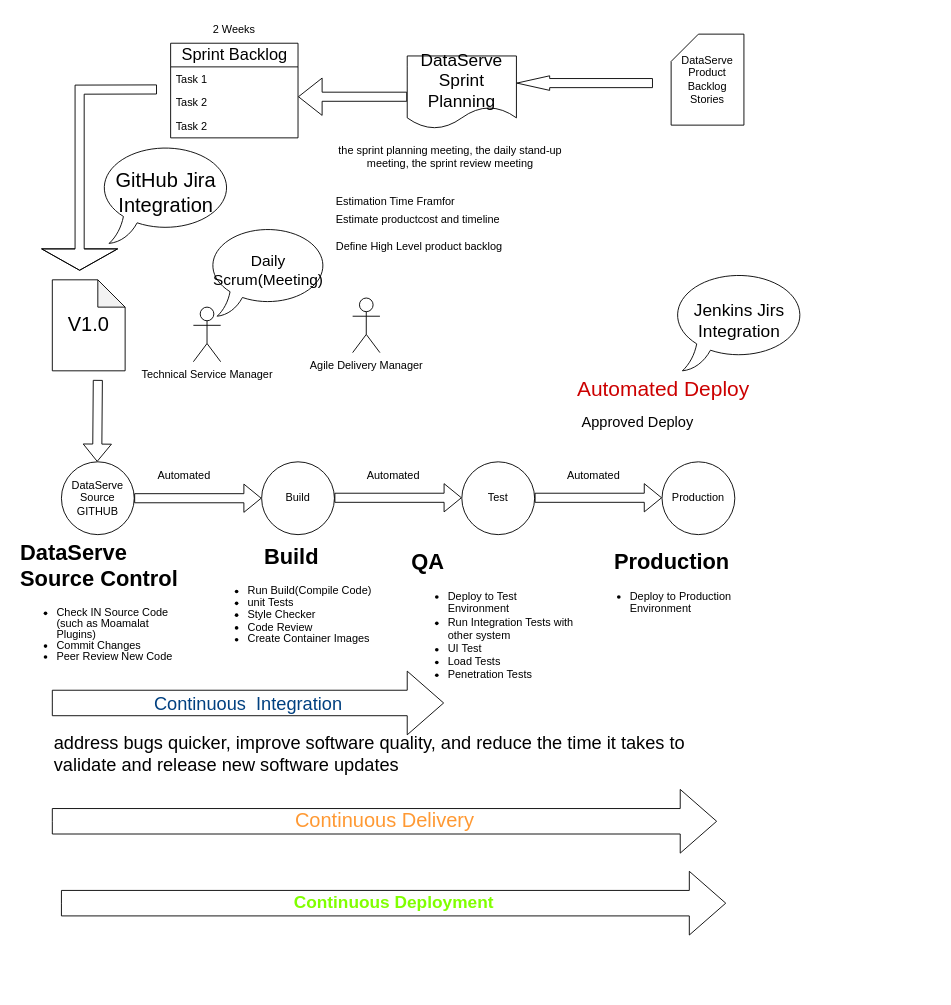
The draw.io diagram CICD.drawio in Basharabulaban/dataserve, before the edit. Source tidied: cells renumbered, new cells numbered last; positions are measured from the earlier drawing's top-left corner, leaving out a move shared by most shapes. Both pictures are drawn from the tidied source at 91%, with x=0, y=0 at pixel (15, 15).
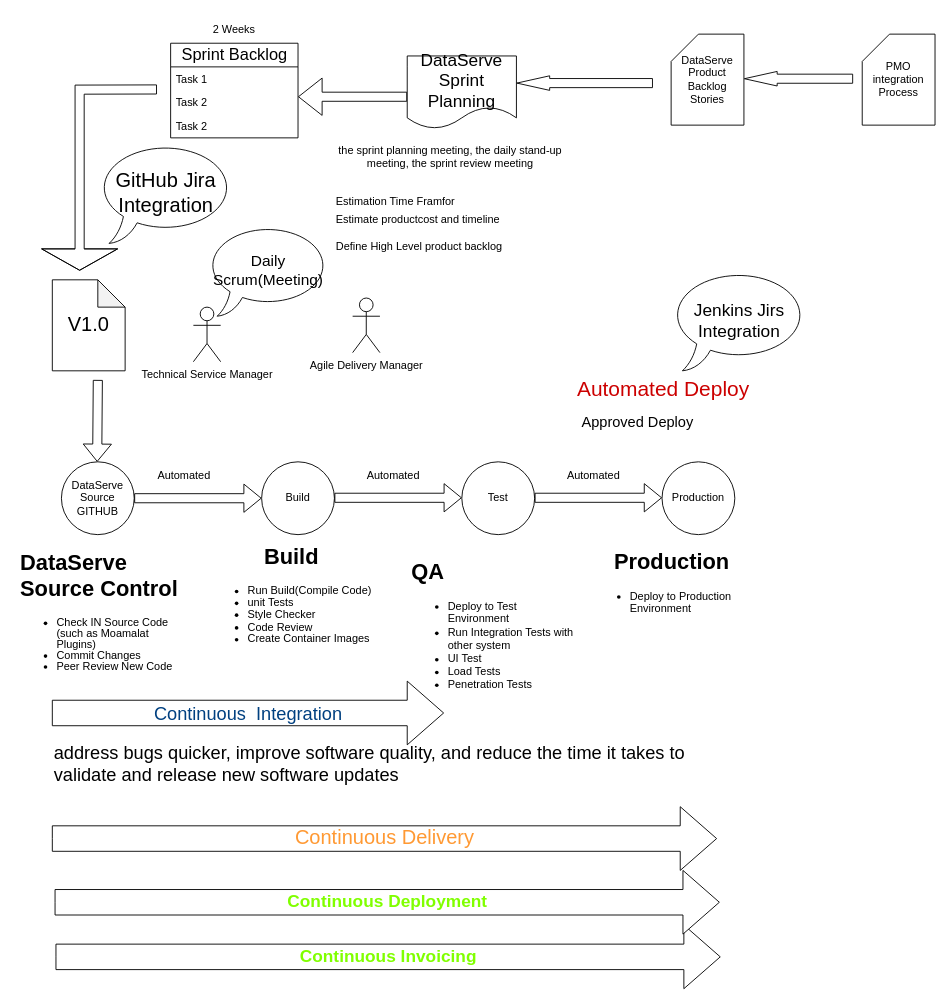
The same page after the edit.

Diff of the diagram source:
```diff
@@
     <mxCell id="6" value="&lt;h1&gt;DataServe Source Control&lt;br&gt;&lt;/h1&gt;&lt;ul style=&quot;line-height: 100%;&quot;&gt;&lt;li&gt;Check IN Source Code (such as Moamalat Plugins) &lt;/li&gt;&lt;li&gt;Commit Changes&lt;/li&gt;&lt;li&gt;Peer Review New Code&lt;/li&gt;&lt;/ul&gt;" style="text;html=1;strokeColor=none;fillColor=none;spacing=5;spacingTop=-20;whiteSpace=wrap;overflow=hidden;rounded=0;" parent="1" vertex="1">
-      <mxGeometry y="570" width="190" height="170" as="geometry" />
+      <mxGeometry y="581" width="190" height="170" as="geometry" />
     </mxCell>
@@
     <mxCell id="11" value="&lt;h1&gt;QA&lt;br&gt;&lt;/h1&gt;&lt;ul&gt;&lt;li&gt;Deploy to Test Environment&lt;/li&gt;&lt;li&gt;Run Integration Tests with other system&lt;/li&gt;&lt;li&gt;UI Test&lt;/li&gt;&lt;li&gt;Load Tests &lt;/li&gt;&lt;li&gt;Penetration Tests&lt;/li&gt;&lt;/ul&gt;" style="text;html=1;strokeColor=none;fillColor=none;spacing=5;spacingTop=-20;whiteSpace=wrap;overflow=hidden;rounded=0;" parent="1" vertex="1">
-      <mxGeometry x="430" y="580" width="190" height="210" as="geometry" />
+      <mxGeometry x="430" y="591" width="190" height="210" as="geometry" />
     </mxCell>
@@
     <mxCell id="19" value="&lt;font style=&quot;font-size: 22px;&quot; color=&quot;#ff9933&quot;&gt;Continuous Delivery&lt;/font&gt;" style="html=1;shadow=0;dashed=0;align=center;verticalAlign=middle;shape=mxgraph.arrows2.arrow;dy=0.6;dx=40;notch=0;" parent="1" vertex="1">
-      <mxGeometry x="40" y="850" width="730" height="70" as="geometry" />
+      <mxGeometry x="40" y="869" width="730" height="70" as="geometry" />
     </mxCell>
     <mxCell id="20" value="&lt;font style=&quot;font-size: 20px;&quot; color=&quot;#004080&quot;&gt;Continuous&amp;nbsp; Integration &lt;/font&gt;" style="html=1;shadow=0;dashed=0;align=center;verticalAlign=middle;shape=mxgraph.arrows2.arrow;dy=0.6;dx=40;notch=0;" parent="1" vertex="1">
-      <mxGeometry x="40" y="720" width="430" height="70" as="geometry" />
+      <mxGeometry x="40" y="731" width="430" height="70" as="geometry" />
     </mxCell>
-    <mxCell id="21" value="&lt;b&gt;&lt;font style=&quot;font-size: 19px;&quot; color=&quot;#80ff00&quot;&gt;Continuous Deployment&lt;/font&gt;&lt;/b&gt;" style="html=1;shadow=0;dashed=0;align=center;verticalAlign=middle;shape=mxgraph.arrows2.arrow;dy=0.6;dx=40;notch=0;" parent="1" vertex="1">
-      <mxGeometry x="50" y="940" width="730" height="70" as="geometry" />
+    <mxCell id="21" value="&lt;b&gt;&lt;font style=&quot;font-size: 19px;&quot; color=&quot;#80ff00&quot;&gt;Continuous Invoicing&lt;/font&gt;&lt;/b&gt;" style="html=1;shadow=0;dashed=0;align=center;verticalAlign=middle;shape=mxgraph.arrows2.arrow;dy=0.6;dx=40;notch=0;" parent="1" vertex="1">
+      <mxGeometry x="44" y="999" width="730" height="70" as="geometry" />
     </mxCell>
@@
     <mxCell id="34" value="address bugs quicker, improve software quality, and reduce the time it takes to validate and release new software updates" style="text;whiteSpace=wrap;html=1;fontSize=20;" parent="1" vertex="1">
-      <mxGeometry x="40" y="780" width="748" height="60" as="geometry" />
+      <mxGeometry x="40" y="791" width="748" height="60" as="geometry" />
     </mxCell>
@@
+    <mxCell id="43" value="&lt;b&gt;&lt;font style=&quot;font-size: 19px;&quot; color=&quot;#80ff00&quot;&gt;Continuous Deployment&lt;/font&gt;&lt;/b&gt;" style="html=1;shadow=0;dashed=0;align=center;verticalAlign=middle;shape=mxgraph.arrows2.arrow;dy=0.6;dx=40;notch=0;" parent="1" vertex="1">
+      <mxGeometry x="43" y="939" width="730" height="70" as="geometry" />
+    </mxCell>
+    <mxCell id="44" value="PMO integration Process" style="shape=card;whiteSpace=wrap;html=1;" parent="1" vertex="1">
+      <mxGeometry x="930" y="20" width="80" height="100" as="geometry" />
+    </mxCell>
+    <mxCell id="45" style="shape=flexArrow;endArrow=classic;html=1;rounded=0;endWidth=5;endSize=11.674999999999999;" parent="1" edge="1">
+      <mxGeometry relative="1" as="geometry">
+        <mxPoint x="920" y="69" as="sourcePoint" />
+        <mxPoint x="800" y="69" as="targetPoint" />
+      </mxGeometry>
+    </mxCell>
```
